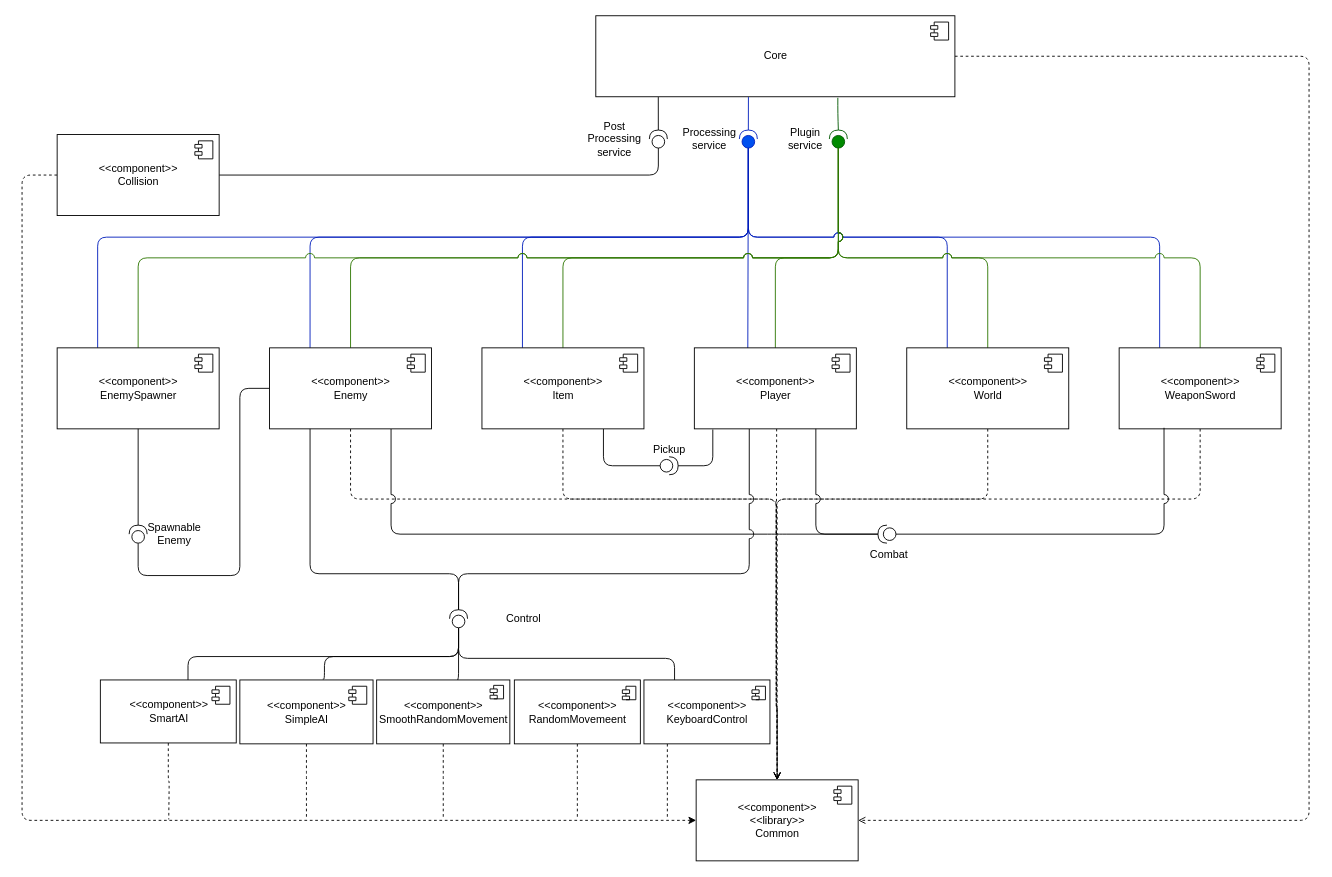
Above: docs/diagrams/components.drawio in sesem4/Nelda (draw.io), before the change. Source tidied: cells renumbered, new cells numbered last; positions are measured from the earlier drawing's top-left corner, leaving out a move shared by most shapes. Both pictures are drawn from the tidied source at 90%, with x=0, y=0 at pixel (22, 15).
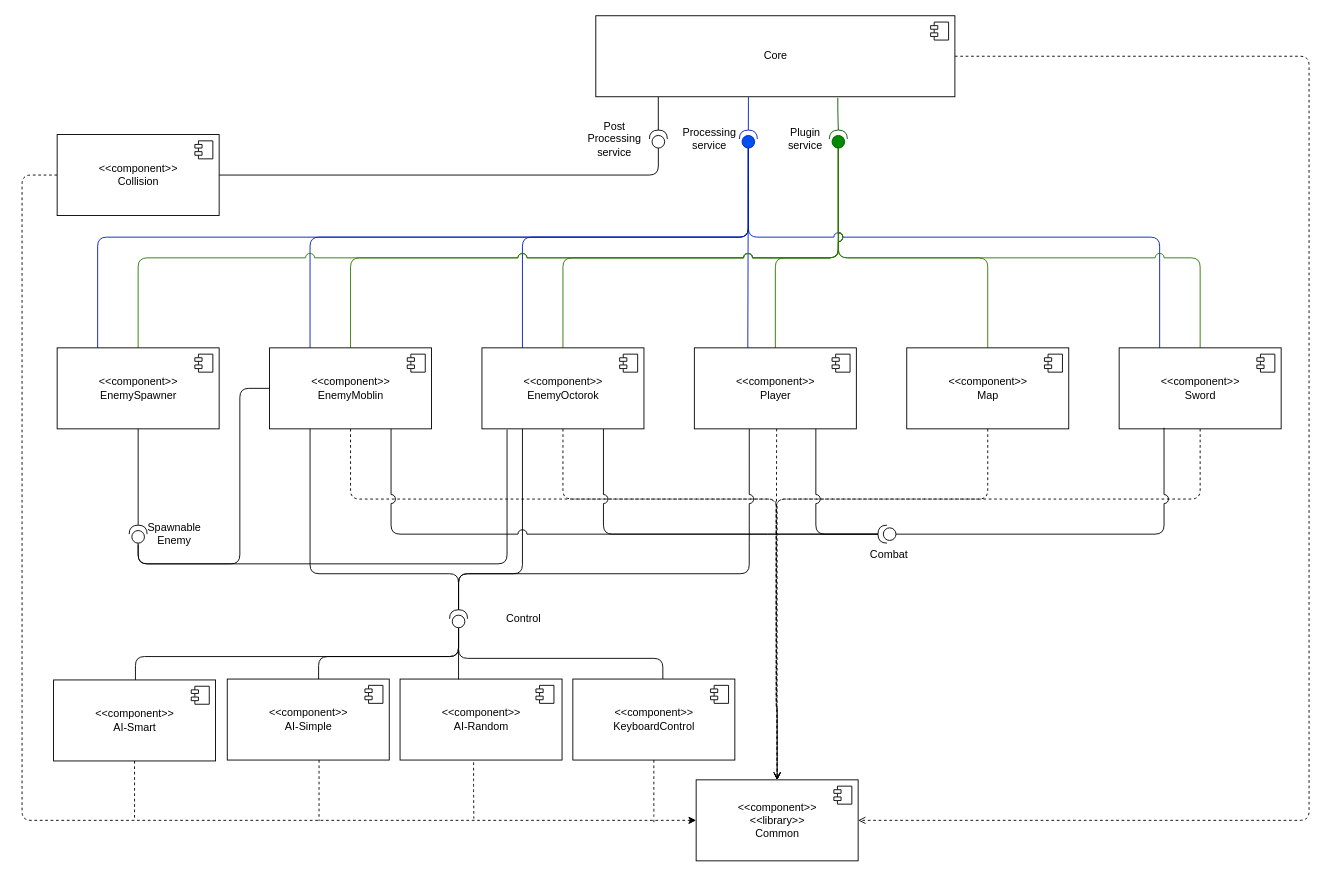
The same page after the edit.

Unchanged cells that the change refers to:
```xml
<mxCell id="9" value="&amp;lt;&amp;lt;component&amp;gt;&amp;gt;&lt;br&gt;Player" style="html=1;" parent="1" vertex="1">
  <mxGeometry x="747" y="369" width="180" height="90" as="geometry" />
</mxCell>
<mxCell id="12" style="shape=providedRequiredInterface;html=1;verticalLabelPosition=bottom;rotation=-90;fillColor=#0050ef;fontColor=#ffffff;strokeColor=#001DBC;" parent="1" vertex="1">
  <mxGeometry x="797" y="127" width="20" height="20" as="geometry" />
</mxCell>
<mxCell id="60" style="shape=providedRequiredInterface;html=1;verticalLabelPosition=bottom;sketch=0;rotation=-90;" parent="1" vertex="1">
  <mxGeometry x="475" y="660" width="20" height="20" as="geometry" />
</mxCell>
<mxCell id="67" style="shape=providedRequiredInterface;html=1;verticalLabelPosition=bottom;sketch=0;rotation=-90;" parent="1" vertex="1">
  <mxGeometry x="119" y="566" width="20" height="20" as="geometry" />
</mxCell>
<mxCell id="68" value="Spawnable Enemy" style="text;html=1;strokeColor=none;fillColor=none;align=center;verticalAlign=middle;whiteSpace=wrap;rounded=0;" parent="1" vertex="1">
  <mxGeometry x="129" y="553" width="81" height="46" as="geometry" />
</mxCell>
<mxCell id="70" style="shape=providedRequiredInterface;html=1;verticalLabelPosition=bottom;sketch=0;rotation=-180;" parent="1" vertex="1">
  <mxGeometry x="951" y="566" width="20" height="20" as="geometry" />
</mxCell>
```

The edit, as a diff of the source:
```diff
@@
-    <mxCell id="16" style="edgeStyle=orthogonalEdgeStyle;jumpStyle=arc;jumpSize=10;html=1;exitX=0.75;exitY=1;exitDx=0;exitDy=0;entryX=0;entryY=0.5;entryDx=0;entryDy=0;entryPerimeter=0;endArrow=none;endFill=0;" parent="1" edge="1" source="17" target="73">
-      <mxGeometry relative="1" as="geometry" />
-    </mxCell>
+    <mxCell id="85" style="edgeStyle=orthogonalEdgeStyle;rounded=1;jettySize=auto;html=1;exitX=0.25;exitY=1;exitDx=0;exitDy=0;entryX=1;entryY=0.5;entryDx=0;entryDy=0;entryPerimeter=0;startArrow=none;startFill=0;endArrow=none;endFill=0;" parent="1" edge="1" source="17" target="60">
+      <mxGeometry relative="1" as="geometry">
+        <Array as="points">
+          <mxPoint x="556" y="620" />
+          <mxPoint x="485" y="620" />
+        </Array>
+      </mxGeometry>
+    </mxCell>
+    <mxCell id="86" style="edgeStyle=orthogonalEdgeStyle;rounded=1;jettySize=auto;html=1;exitX=0.75;exitY=1;exitDx=0;exitDy=0;entryX=1;entryY=0.5;entryDx=0;entryDy=0;entryPerimeter=0;startArrow=none;startFill=0;endArrow=none;endFill=0;jumpStyle=arc;jumpSize=10;" parent="1" edge="1" source="17" target="70">
+      <mxGeometry relative="1" as="geometry" />
+    </mxCell>
-    <mxCell id="17" value="&amp;lt;&amp;lt;component&amp;gt;&amp;gt;&lt;br&gt;Item" style="html=1;" parent="1" vertex="1">
+    <mxCell id="17" value="&amp;lt;&amp;lt;component&amp;gt;&amp;gt;&lt;br&gt;EnemyOctorok" style="html=1;" parent="1" vertex="1">
       <mxGeometry x="511" y="369" width="180" height="90" as="geometry" />
     </mxCell>
@@
-    <mxCell id="20" style="edgeStyle=orthogonalEdgeStyle;jumpStyle=arc;jumpSize=10;html=1;exitX=0.25;exitY=0;exitDx=0;exitDy=0;entryX=0;entryY=0.5;entryDx=0;entryDy=0;entryPerimeter=0;endArrow=none;endFill=0;fillColor=#0050ef;strokeColor=#001DBC;" parent="1" edge="1" source="22" target="12">
-      <mxGeometry relative="1" as="geometry">
-        <Array as="points">
-          <mxPoint x="1028" y="246" />
-          <mxPoint x="807" y="246" />
-        </Array>
-      </mxGeometry>
-    </mxCell>
@@
-    <mxCell id="22" value="&amp;lt;&amp;lt;component&amp;gt;&amp;gt;&lt;br&gt;World" style="html=1;" parent="1" vertex="1">
+    <mxCell id="22" value="&amp;lt;&amp;lt;component&amp;gt;&amp;gt;&lt;br&gt;Map" style="html=1;" parent="1" vertex="1">
       <mxGeometry x="983" y="369" width="180" height="90" as="geometry" />
     </mxCell>
@@
-    <mxCell id="27" value="&amp;lt;&amp;lt;component&amp;gt;&amp;gt;&lt;br&gt;WeaponSword" style="html=1;" parent="1" vertex="1">
+    <mxCell id="27" value="&amp;lt;&amp;lt;component&amp;gt;&amp;gt;&lt;br&gt;Sword" style="html=1;" parent="1" vertex="1">
       <mxGeometry x="1219" y="369" width="180" height="90" as="geometry" />
     </mxCell>
@@
     <mxCell id="31" style="edgeStyle=orthogonalEdgeStyle;jumpStyle=arc;jumpSize=10;html=1;entryX=0;entryY=0.5;entryDx=0;entryDy=0;entryPerimeter=0;endArrow=none;endFill=0;" parent="1" edge="1" source="35" target="67">
       <mxGeometry relative="1" as="geometry">
         <Array as="points">
           <mxPoint x="242" y="414" />
-          <mxPoint x="242" y="622" />
-          <mxPoint x="129" y="622" />
+          <mxPoint x="242" y="609" />
+          <mxPoint x="129" y="609" />
         </Array>
       </mxGeometry>
     </mxCell>
@@
-    <mxCell id="35" value="&amp;lt;&amp;lt;component&amp;gt;&amp;gt;&lt;br&gt;Enemy" style="html=1;" parent="1" vertex="1">
+    <mxCell id="35" value="&amp;lt;&amp;lt;component&amp;gt;&amp;gt;&lt;br&gt;EnemyMoblin" style="html=1;" parent="1" vertex="1">
       <mxGeometry x="275" y="369" width="180" height="90" as="geometry" />
     </mxCell>
@@
     <mxCell id="48" style="edgeStyle=orthogonalEdgeStyle;html=1;entryX=0;entryY=0.5;entryDx=0;entryDy=0;entryPerimeter=0;endArrow=none;endFill=0;" parent="1" edge="1" source="50" target="60">
       <mxGeometry relative="1" as="geometry">
         <Array as="points">
-          <mxPoint x="725" y="714" />
+          <mxPoint x="712" y="714" />
           <mxPoint x="485" y="714" />
         </Array>
       </mxGeometry>
     </mxCell>
-    <mxCell id="49" style="edgeStyle=orthogonalEdgeStyle;rounded=1;jettySize=auto;html=1;dashed=1;strokeWidth=1;startArrow=none;startFill=0;endArrow=none;endFill=0;" parent="1" edge="1" source="50">
-      <mxGeometry relative="1" as="geometry">
-        <mxPoint x="717" y="892" as="targetPoint" />
-        <Array as="points">
-          <mxPoint x="717" y="892" />
-        </Array>
-      </mxGeometry>
-    </mxCell>
+    <mxCell id="87" style="edgeStyle=orthogonalEdgeStyle;rounded=1;jettySize=auto;html=1;startArrow=none;startFill=0;endArrow=none;endFill=0;dashed=1;" parent="1" edge="1" source="50">
+      <mxGeometry relative="1" as="geometry">
+        <mxPoint x="702" y="896" as="targetPoint" />
+        <Array as="points">
+          <mxPoint x="702" y="892" />
+        </Array>
+      </mxGeometry>
+    </mxCell>
     <mxCell id="50" value="&amp;lt;&amp;lt;component&amp;gt;&amp;gt;&lt;br&gt;KeyboardControl" style="html=1;" parent="1" vertex="1">
-      <mxGeometry x="691" y="738" width="140" height="71" as="geometry" />
+      <mxGeometry x="612" y="737" width="180" height="90" as="geometry" />
     </mxCell>
     <mxCell id="51" style="shape=module;jettyWidth=8;jettyHeight=4;" parent="50" vertex="1">
-      <mxGeometry x="1" width="15" height="15" relative="1" as="geometry">
-        <mxPoint x="-20" y="7" as="offset" />
+      <mxGeometry x="1" width="20" height="20" relative="1" as="geometry">
+        <mxPoint x="-27" y="7" as="offset" />
       </mxGeometry>
     </mxCell>
-    <mxCell id="52" style="edgeStyle=orthogonalEdgeStyle;rounded=1;jettySize=auto;html=1;dashed=1;strokeWidth=1;startArrow=none;startFill=0;endArrow=none;endFill=0;" parent="1" edge="1" source="53">
-      <mxGeometry relative="1" as="geometry">
-        <mxPoint x="617" y="891" as="targetPoint" />
-      </mxGeometry>
-    </mxCell>
-    <mxCell id="53" value="&amp;lt;&amp;lt;component&amp;gt;&amp;gt;&lt;br&gt;RandomMovemeent" style="html=1;" parent="1" vertex="1">
-      <mxGeometry x="547" y="738" width="140" height="71" as="geometry" />
+    <mxCell id="53" value="&amp;lt;&amp;lt;component&amp;gt;&amp;gt;&lt;br&gt;AI-Random" style="html=1;" parent="1" vertex="1">
+      <mxGeometry x="420" y="737" width="180" height="90" as="geometry" />
     </mxCell>
-    <mxCell id="54" style="shape=module;jettyWidth=8;jettyHeight=4;" parent="53" vertex="1">
-      <mxGeometry x="1" width="15" height="15" relative="1" as="geometry">
-        <mxPoint x="-20" y="7" as="offset" />
-      </mxGeometry>
-    </mxCell>
@@
-    <mxCell id="57" style="edgeStyle=orthogonalEdgeStyle;rounded=1;jettySize=auto;html=1;entryX=0.623;entryY=-0.013;entryDx=0;entryDy=0;entryPerimeter=0;strokeWidth=1;endArrow=none;endFill=0;" parent="1" edge="1" source="60" target="77">
+    <mxCell id="57" style="edgeStyle=orthogonalEdgeStyle;rounded=1;jettySize=auto;html=1;entryX=0.564;entryY=0.002;entryDx=0;entryDy=0;entryPerimeter=0;strokeWidth=1;endArrow=none;endFill=0;" parent="1" edge="1" source="60" target="77">
       <mxGeometry relative="1" as="geometry">
         <Array as="points">
           <mxPoint x="485" y="712" />
-          <mxPoint x="336" y="712" />
+          <mxPoint x="329" y="712" />
+          <mxPoint x="329" y="737" />
         </Array>
       </mxGeometry>
     </mxCell>
-    <mxCell id="58" style="edgeStyle=orthogonalEdgeStyle;rounded=1;jettySize=auto;html=1;entryX=0.566;entryY=0.036;entryDx=0;entryDy=0;entryPerimeter=0;strokeWidth=1;endArrow=none;endFill=0;" parent="1" edge="1" source="60" target="80">
-      <mxGeometry relative="1" as="geometry">
-        <Array as="points">
-          <mxPoint x="485" y="740" />
-        </Array>
-      </mxGeometry>
-    </mxCell>
-    <mxCell id="59" style="edgeStyle=orthogonalEdgeStyle;rounded=1;jettySize=auto;html=1;entryX=0.645;entryY=0;entryDx=0;entryDy=0;entryPerimeter=0;strokeWidth=1;endArrow=none;endFill=0;" parent="1" edge="1" source="60" target="83">
+    <mxCell id="59" style="edgeStyle=orthogonalEdgeStyle;rounded=1;jettySize=auto;html=1;strokeWidth=1;endArrow=none;endFill=0;" parent="1" edge="1" source="60" target="83">
       <mxGeometry relative="1" as="geometry">
         <Array as="points">
           <mxPoint x="485" y="712" />
-          <mxPoint x="184" y="712" />
+          <mxPoint x="126" y="712" />
         </Array>
       </mxGeometry>
     </mxCell>
+    <mxCell id="88" style="edgeStyle=orthogonalEdgeStyle;rounded=1;jettySize=auto;html=1;startArrow=none;startFill=0;endArrow=none;endFill=0;entryX=0.361;entryY=0.004;entryDx=0;entryDy=0;entryPerimeter=0;" parent="1" edge="1" source="60" target="53">
+      <mxGeometry relative="1" as="geometry" />
+    </mxCell>
@@
+    <mxCell id="89" style="edgeStyle=orthogonalEdgeStyle;rounded=1;jumpStyle=none;jumpSize=10;jettySize=auto;html=1;exitX=0;exitY=0.75;exitDx=0;exitDy=0;entryX=0.155;entryY=1.009;entryDx=0;entryDy=0;entryPerimeter=0;startArrow=none;startFill=0;endArrow=none;endFill=0;" parent="1" edge="1" source="68" target="17">
+      <mxGeometry relative="1" as="geometry">
+        <Array as="points">
+          <mxPoint x="129" y="609" />
+          <mxPoint x="539" y="609" />
+        </Array>
+      </mxGeometry>
+    </mxCell>
@@
-    <mxCell id="72" style="edgeStyle=orthogonalEdgeStyle;jumpStyle=arc;jumpSize=10;html=1;entryX=0.114;entryY=1.008;entryDx=0;entryDy=0;entryPerimeter=0;endArrow=none;endFill=0;" parent="1" edge="1" source="73" target="9">
-      <mxGeometry relative="1" as="geometry" />
-    </mxCell>
-    <mxCell id="73" style="shape=providedRequiredInterface;html=1;verticalLabelPosition=bottom;sketch=0;rotation=0;" parent="1" vertex="1">
-      <mxGeometry x="709" y="490" width="20" height="20" as="geometry" />
-    </mxCell>
-    <mxCell id="74" value="Pickup" style="text;html=1;strokeColor=none;fillColor=none;align=center;verticalAlign=middle;whiteSpace=wrap;rounded=0;" parent="1" vertex="1">
-      <mxGeometry x="678.5" y="459" width="81" height="46" as="geometry" />
-    </mxCell>
@@
     <mxCell id="76" style="edgeStyle=orthogonalEdgeStyle;rounded=1;jettySize=auto;html=1;dashed=1;strokeWidth=1;startArrow=none;startFill=0;endArrow=none;endFill=0;" parent="1" edge="1" source="77">
       <mxGeometry relative="1" as="geometry">
-        <mxPoint x="316" y="891" as="targetPoint" />
+        <mxPoint x="330" y="894.7" as="targetPoint" />
+        <Array as="points">
+          <mxPoint x="329" y="895" />
+        </Array>
       </mxGeometry>
     </mxCell>
-    <mxCell id="77" value="&amp;lt;&amp;lt;component&amp;gt;&amp;gt;&lt;br&gt;SimpleAI" style="html=1;" parent="1" vertex="1">
-      <mxGeometry x="242" y="738" width="148" height="71" as="geometry" />
+    <mxCell id="77" value="&amp;lt;&amp;lt;component&amp;gt;&amp;gt;&lt;br&gt;AI-Simple" style="html=1;" parent="1" vertex="1">
+      <mxGeometry x="228" y="737" width="180" height="90" as="geometry" />
     </mxCell>
@@
-    <mxCell id="79" style="edgeStyle=orthogonalEdgeStyle;rounded=1;jettySize=auto;html=1;dashed=1;strokeWidth=1;startArrow=none;startFill=0;endArrow=none;endFill=0;" parent="1" edge="1" source="80">
+    <mxCell id="79" style="edgeStyle=orthogonalEdgeStyle;rounded=1;jettySize=auto;html=1;dashed=1;strokeWidth=1;startArrow=none;startFill=0;endArrow=none;endFill=0;exitX=0.454;exitY=1.029;exitDx=0;exitDy=0;exitPerimeter=0;" parent="1" edge="1" source="53">
       <mxGeometry relative="1" as="geometry">
-        <mxPoint x="468" y="892" as="targetPoint" />
+        <mxPoint x="502" y="892" as="targetPoint" />
       </mxGeometry>
     </mxCell>
-    <mxCell id="80" value="&amp;lt;&amp;lt;component&amp;gt;&amp;gt;&lt;br&gt;SmoothRandomMovement" style="html=1;" parent="1" vertex="1">
-      <mxGeometry x="394" y="738" width="148" height="71" as="geometry" />
-    </mxCell>
-    <mxCell id="81" style="shape=module;jettyWidth=8;jettyHeight=4;" parent="80" vertex="1">
-      <mxGeometry x="1" width="15" height="15" relative="1" as="geometry">
-        <mxPoint x="-22" y="6" as="offset" />
-      </mxGeometry>
-    </mxCell>
     <mxCell id="82" style="edgeStyle=orthogonalEdgeStyle;rounded=1;jettySize=auto;html=1;dashed=1;strokeWidth=1;startArrow=none;startFill=0;endArrow=none;endFill=0;" parent="1" edge="1" source="83">
       <mxGeometry relative="1" as="geometry">
-        <mxPoint x="163" y="893" as="targetPoint" />
+        <mxPoint x="125" y="894" as="targetPoint" />
+        <Array as="points">
+          <mxPoint x="125" y="893" />
+        </Array>
       </mxGeometry>
     </mxCell>
-    <mxCell id="83" value="&amp;lt;&amp;lt;component&amp;gt;&amp;gt;&lt;br&gt;SmartAI" style="html=1;" parent="1" vertex="1">
-      <mxGeometry x="87" y="738" width="151" height="70" as="geometry" />
+    <mxCell id="83" value="&amp;lt;&amp;lt;component&amp;gt;&amp;gt;&lt;br&gt;AI-Smart" style="html=1;" parent="1" vertex="1">
+      <mxGeometry x="35" y="738" width="180" height="90" as="geometry" />
     </mxCell>
@@
+    <mxCell id="90" style="shape=module;jettyWidth=8;jettyHeight=4;" parent="1" vertex="1">
+      <mxGeometry x="571" y="744" width="20" height="20" as="geometry" />
+    </mxCell>
```
